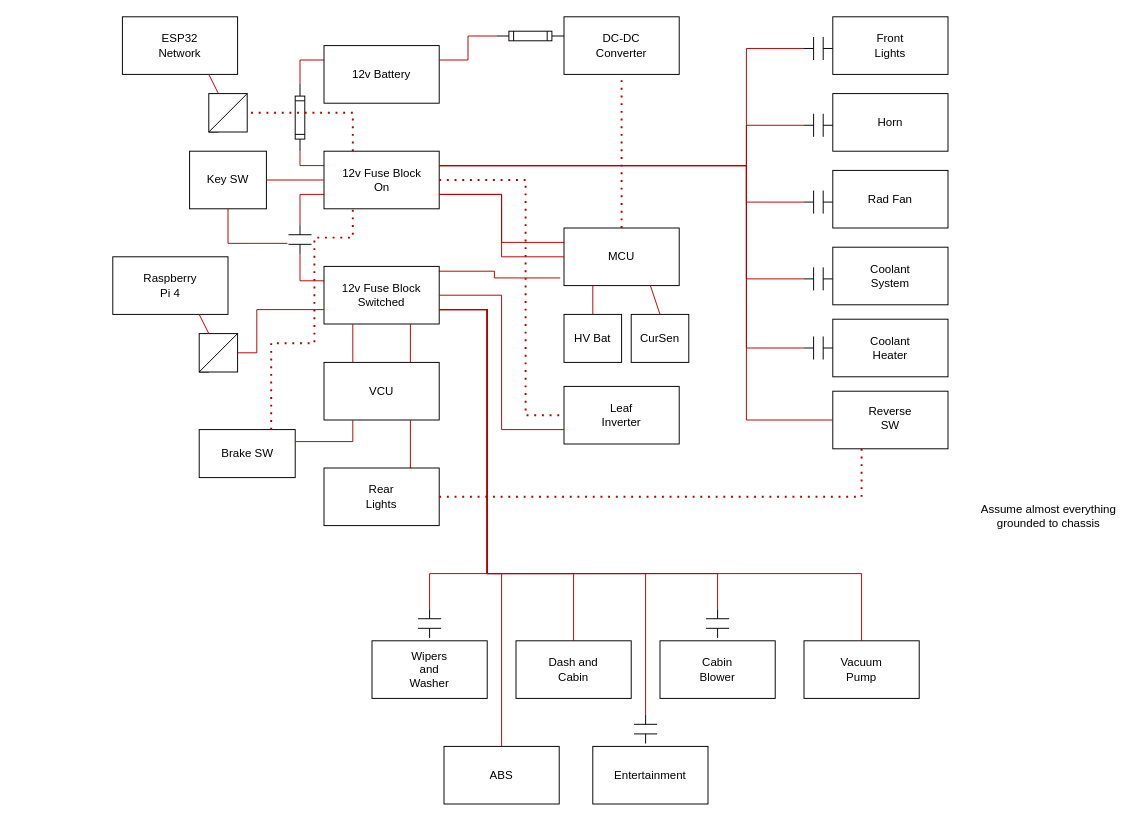
cdvanhorn/ForsanRaneaf keeps this draw.io diagram as ElectricalLowVoltage.drawio. Above is the earlier version. Source tidied: cells renumbered, new cells numbered last; positions are measured from the earlier drawing's top-left corner, leaving out a move shared by most shapes. Both pictures are drawn from the tidied source at 96%, with x=0, y=0 at pixel (112, 16).
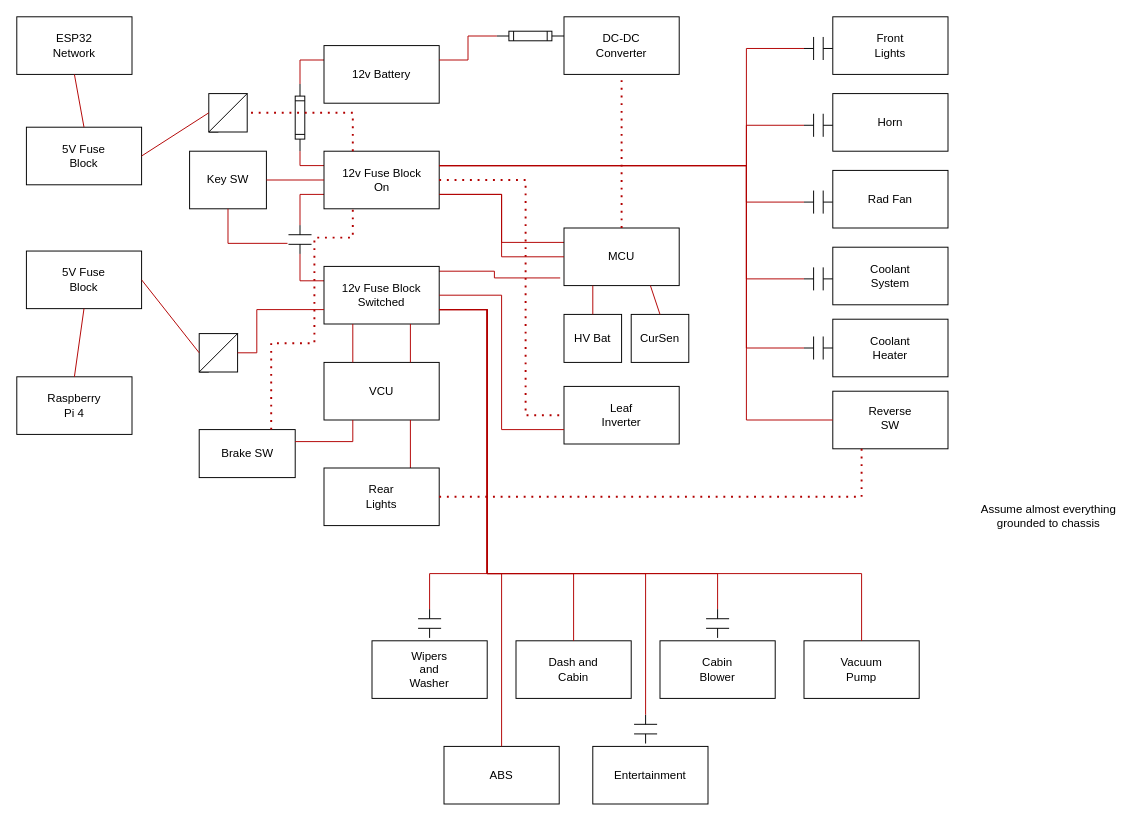
The same diagram, later.

The change refers to these unchanged cells:
```xml
<mxCell id="5" style="rounded=0;whiteSpace=wrap;html=1;" parent="4" vertex="1">
  <mxGeometry width="120" height="60" as="geometry" />
</mxCell>
<mxCell id="55" style="whiteSpace=wrap;html=1;" parent="53" vertex="1">
  <mxGeometry width="40" height="40" as="geometry" />
</mxCell>
<mxCell id="114" style="rounded=0;whiteSpace=wrap;html=1;" parent="113" vertex="1">
  <mxGeometry width="120" height="60" as="geometry" />
</mxCell>
<mxCell id="117" style="whiteSpace=wrap;html=1;" parent="1" vertex="1">
  <mxGeometry x="90" y="330" width="40" height="40" as="geometry" />
</mxCell>
```

The edit, as a diff of the source:
```diff
@@
     <mxCell id="4" style="group;" parent="1" vertex="1">
-      <mxGeometry x="10" width="120" height="60" as="geometry" />
+      <mxGeometry x="-100" width="120" height="60" as="geometry" />
     </mxCell>
@@
-    <mxCell id="57" style="endArrow=none;html=1;rounded=0;fillColor=#e51400;strokeColor=#B20000;entryX=0.75;entryY=1;entryDx=0;entryDy=0;exitX=0.25;exitY=0;exitDx=0;exitDy=0;" parent="1" edge="1" source="55" target="5">
-      <mxGeometry relative="1" as="geometry" />
-    </mxCell>
@@
     <mxCell id="113" style="group;" parent="1" vertex="1">
-      <mxGeometry y="250" width="120" height="60" as="geometry" />
+      <mxGeometry x="-100" y="375" width="120" height="60" as="geometry" />
     </mxCell>
@@
-    <mxCell id="119" style="endArrow=none;html=1;rounded=0;fillColor=#e51400;strokeColor=#B20000;entryX=0.75;entryY=1;entryDx=0;entryDy=0;exitX=0.25;exitY=0;exitDx=0;exitDy=0;" parent="1" edge="1" source="117" target="114">
-      <mxGeometry relative="1" as="geometry" />
-    </mxCell>
@@
+    <mxCell id="125" style="rounded=0;whiteSpace=wrap;html=1;" parent="1" vertex="1">
+      <mxGeometry x="-90" y="115" width="120" height="60" as="geometry" />
+    </mxCell>
+    <mxCell id="126" value="5V Fuse Block" style="text;html=1;align=center;verticalAlign=middle;whiteSpace=wrap;rounded=0;" parent="1" vertex="1">
+      <mxGeometry x="-60" y="130" width="60" height="30" as="geometry" />
+    </mxCell>
+    <mxCell id="127" style="rounded=0;whiteSpace=wrap;html=1;" parent="1" vertex="1">
+      <mxGeometry x="-90" y="244" width="120" height="60" as="geometry" />
+    </mxCell>
+    <mxCell id="128" value="5V Fuse Block" style="text;html=1;align=center;verticalAlign=middle;whiteSpace=wrap;rounded=0;" parent="1" vertex="1">
+      <mxGeometry x="-60" y="259" width="60" height="30" as="geometry" />
+    </mxCell>
+    <mxCell id="129" style="endArrow=none;html=1;rounded=0;exitX=1;exitY=0.5;exitDx=0;exitDy=0;fillColor=#e51400;strokeColor=#B20000;" parent="1" edge="1" source="127">
+      <mxGeometry relative="1" as="geometry">
+        <mxPoint x="90" y="350" as="targetPoint" />
+      </mxGeometry>
+    </mxCell>
+    <mxCell id="130" style="endArrow=none;html=1;rounded=0;exitX=1;exitY=0.5;exitDx=0;exitDy=0;fillColor=#e51400;strokeColor=#B20000;entryX=0;entryY=0.5;entryDx=0;entryDy=0;" parent="1" edge="1" source="125" target="55">
+      <mxGeometry relative="1" as="geometry" />
+    </mxCell>
+    <mxCell id="131" style="endArrow=none;html=1;rounded=0;exitX=0.5;exitY=1;exitDx=0;exitDy=0;fillColor=#e51400;strokeColor=#B20000;entryX=0.5;entryY=0;entryDx=0;entryDy=0;" parent="1" edge="1" source="127" target="114">
+      <mxGeometry relative="1" as="geometry" />
+    </mxCell>
+    <mxCell id="132" style="endArrow=none;html=1;rounded=0;exitX=0.5;exitY=1;exitDx=0;exitDy=0;fillColor=#e51400;strokeColor=#B20000;entryX=0.5;entryY=0;entryDx=0;entryDy=0;" parent="1" edge="1" source="5" target="125">
+      <mxGeometry relative="1" as="geometry" />
+    </mxCell>
```
